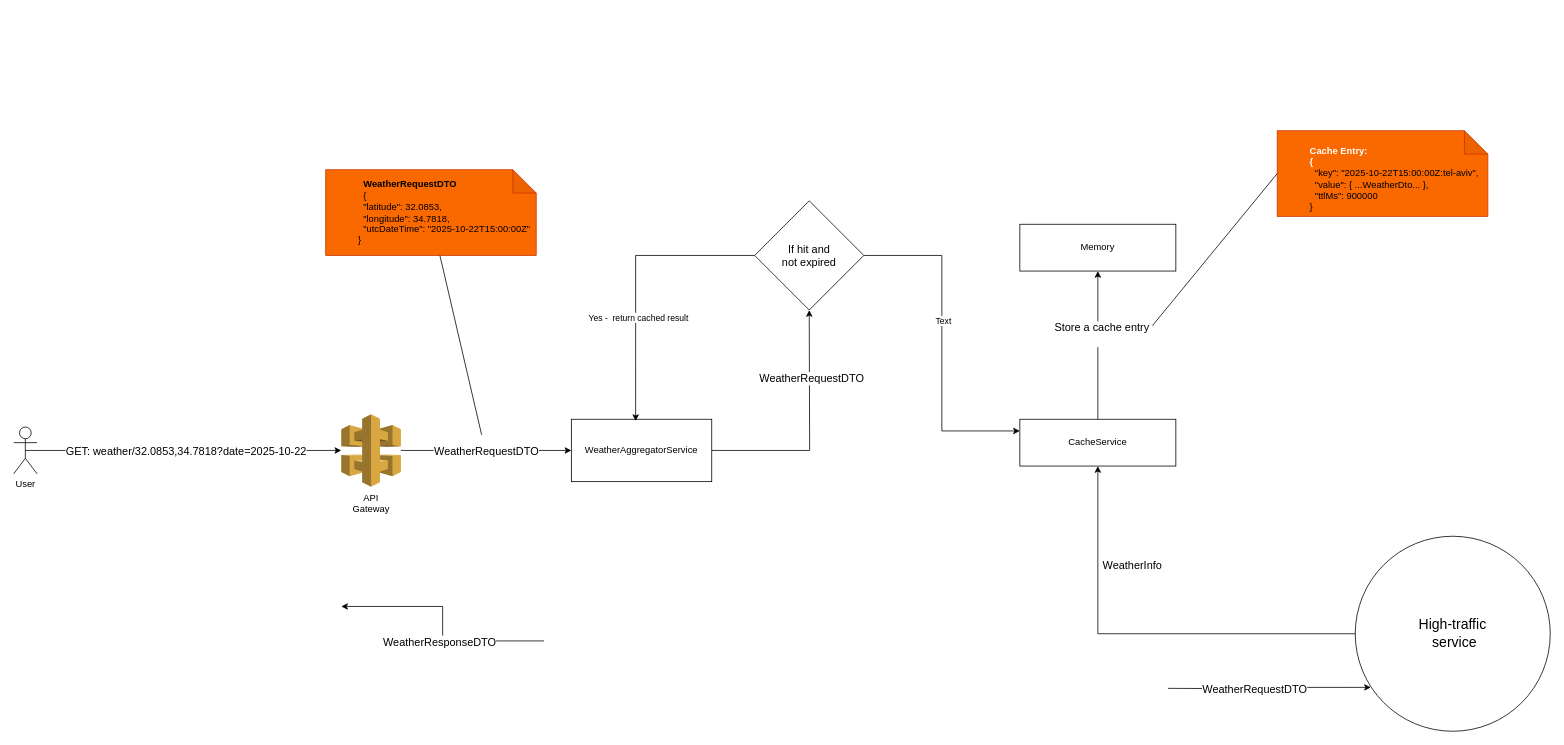
rotemo-iai/drawio keeps this draw.io diagram as Untitled Diagram.drawio. Above is the earlier version. Source tidied: cells renumbered, new cells numbered last; positions are measured from the earlier drawing's top-left corner, leaving out a move shared by most shapes. Both pictures are drawn from the tidied source at 78%, with x=0, y=0 at pixel (13, 130).
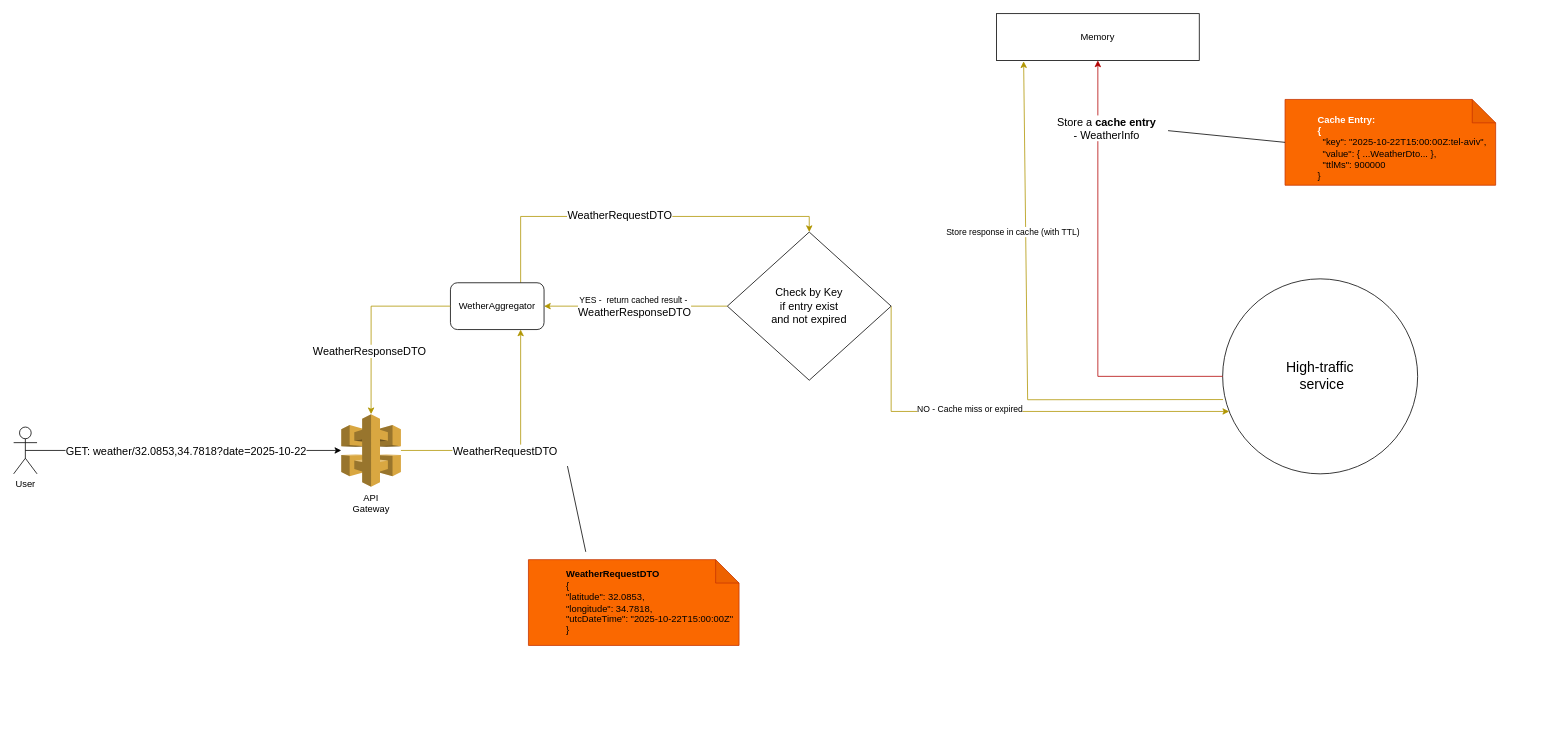
After the change.

Unchanged cells that the change refers to:
```xml
<mxCell id="18" value="&lt;span style=&quot;text-wrap-mode: wrap;&quot;&gt;API Gateway&lt;/span&gt;" style="outlineConnect=0;dashed=0;verticalLabelPosition=bottom;verticalAlign=top;align=center;html=1;shape=mxgraph.aws3.api_gateway;fillColor=#D9A741;gradientColor=none;" parent="1" vertex="1">
  <mxGeometry x="420" y="363.5" width="76.5" height="93" as="geometry" />
</mxCell>
```

Change to the diagram source:
```diff
@@
     <mxCell id="5" value="&lt;font style=&quot;font-size: 18px;&quot;&gt;High-traffic&lt;br&gt;&amp;nbsp;service&lt;/font&gt;" style="ellipse;whiteSpace=wrap;html=1;" parent="1" vertex="1">
-      <mxGeometry x="1720" y="520" width="250" height="250" as="geometry" />
+      <mxGeometry x="1550" y="190" width="250" height="250" as="geometry" />
     </mxCell>
-    <mxCell id="6" style="edgeStyle=orthogonalEdgeStyle;rounded=0;jettySize=auto;html=1;entryX=0.08;entryY=0.775;entryDx=0;entryDy=0;entryPerimeter=0;" parent="1" edge="1" target="5">
-      <mxGeometry relative="1" as="geometry">
-        <mxPoint x="1480" y="715" as="sourcePoint" />
-      </mxGeometry>
-    </mxCell>
-    <mxCell id="7" value="&lt;span style=&quot;font-size: 14px;&quot;&gt;WeatherRequestDTO&lt;/span&gt;" style="edgeLabel;html=1;align=center;verticalAlign=middle;" parent="6" vertex="1">
-      <mxGeometry x="-0.44" y="3" relative="1" as="geometry">
-        <mxPoint x="37" y="3" as="offset" />
-      </mxGeometry>
-    </mxCell>
-    <mxCell id="8" style="edgeStyle=orthogonalEdgeStyle;rounded=0;orthogonalLoop=1;jettySize=auto;html=1;exitX=0;exitY=0.419;exitDx=0;exitDy=0;exitPerimeter=0;" parent="1" edge="1">
-      <mxGeometry relative="1" as="geometry">
-        <mxPoint x="680" y="654.2" as="sourcePoint" />
-        <mxPoint x="420" y="610" as="targetPoint" />
-        <Array as="points">
-          <mxPoint x="550" y="654" />
-          <mxPoint x="550" y="610" />
-          <mxPoint x="420" y="610" />
-        </Array>
-      </mxGeometry>
-    </mxCell>
-    <mxCell id="9" value="&lt;font style=&quot;font-size: 14px;&quot;&gt;WeatherResponseDTO&lt;/font&gt;" style="edgeLabel;html=1;align=center;verticalAlign=middle;" parent="8" vertex="1">
-      <mxGeometry x="-0.44" y="1" relative="1" as="geometry">
-        <mxPoint x="-50" as="offset" />
-      </mxGeometry>
-    </mxCell>
-    <mxCell id="10" style="edgeStyle=orthogonalEdgeStyle;rounded=0;jettySize=auto;html=1;" parent="1" edge="1" source="5" target="14">
+    <mxCell id="10" style="edgeStyle=orthogonalEdgeStyle;rounded=0;jettySize=auto;html=1;fillColor=#e51400;strokeColor=#B20000;entryX=0.5;entryY=1;entryDx=0;entryDy=0;" parent="1" edge="1" source="5" target="15">
       <mxGeometry relative="1" as="geometry" />
     </mxCell>
-    <mxCell id="11" value="&lt;font style=&quot;font-size: 14px;&quot;&gt;WeatherInfo&lt;/font&gt;" style="edgeLabel;html=1;align=center;verticalAlign=middle;" parent="10" vertex="1">
+    <mxCell id="11" value="&lt;span style=&quot;font-size: 14px;&quot;&gt;Store a &lt;b&gt;cache entry &lt;/b&gt;&lt;br&gt;-&amp;nbsp;&lt;/span&gt;&lt;span style=&quot;font-size: 14px;&quot;&gt;WeatherInfo&lt;/span&gt;" style="edgeLabel;html=1;align=center;verticalAlign=middle;" parent="10" vertex="1">
       <mxGeometry x="0.55" y="-4" relative="1" as="geometry">
-        <mxPoint x="39" y="4" as="offset" />
+        <mxPoint x="6" y="-41" as="offset" />
       </mxGeometry>
     </mxCell>
-    <mxCell id="12" style="edgeStyle=orthogonalEdgeStyle;rounded=0;jettySize=auto;html=1;exitX=0.5;exitY=0;exitDx=0;exitDy=0;entryX=0.5;entryY=1;entryDx=0;entryDy=0;" parent="1" edge="1" source="14" target="15">
-      <mxGeometry relative="1" as="geometry" />
-    </mxCell>
-    <mxCell id="13" value="&lt;font style=&quot;font-size: 14px;&quot;&gt;Store a cache entry&lt;br&gt;&lt;br&gt;&lt;/font&gt;" style="edgeLabel;html=1;align=center;verticalAlign=middle;" parent="12" vertex="1">
-      <mxGeometry x="0.16" y="-4" relative="1" as="geometry" />
-    </mxCell>
-    <mxCell id="14" value="CacheService" style="rounded=0;whiteSpace=wrap;html=1;" parent="1" vertex="1">
-      <mxGeometry x="1290" y="370" width="200" height="60" as="geometry" />
-    </mxCell>
     <mxCell id="15" value="Memory" style="rounded=0;whiteSpace=wrap;html=1;" parent="1" vertex="1">
-      <mxGeometry x="1290" y="120" width="200" height="60" as="geometry" />
+      <mxGeometry x="1260" y="-150" width="260" height="60" as="geometry" />
     </mxCell>
-    <mxCell id="16" style="edgeStyle=orthogonalEdgeStyle;rounded=0;jettySize=auto;html=1;entryX=0;entryY=0.5;entryDx=0;entryDy=0;" parent="1" edge="1" source="18" target="23">
+    <mxCell id="16" style="edgeStyle=orthogonalEdgeStyle;rounded=0;jettySize=auto;html=1;fillColor=#e3c800;strokeColor=#B09500;entryX=0.75;entryY=1;entryDx=0;entryDy=0;" parent="1" edge="1" source="18" target="34">
       <mxGeometry relative="1" as="geometry" />
     </mxCell>
@@
     <mxCell id="19" value="&lt;blockquote style=&quot;margin: 0 0 0 40px; border: none; padding: 0px;&quot;&gt;&lt;div&gt;&amp;nbsp;&amp;nbsp;&lt;/div&gt;&lt;b style=&quot;text-align: center; text-wrap-mode: nowrap;&quot;&gt;&lt;font style=&quot;color: light-dark(rgb(255, 255, 255), rgb(255, 255, 255));&quot;&gt;Cache Entry:&lt;br&gt;{&lt;br&gt;&lt;/font&gt;&lt;/b&gt;&lt;div&gt;&amp;nbsp; &quot;key&quot;: &quot;2025-10-22T15:00:00Z:tel-aviv&quot;,&lt;/div&gt;&lt;div&gt;&amp;nbsp; &quot;value&quot;: { ...WeatherDto... },&lt;/div&gt;&lt;div&gt;&amp;nbsp; &quot;ttlMs&quot;: 900000&lt;br&gt;}&lt;/div&gt;&lt;/blockquote&gt;" style="shape=note;whiteSpace=wrap;html=1;backgroundOutline=1;darkOpacity=0.05;fillColor=#fa6800;strokeColor=#C73500;fontColor=#000000;align=left;" parent="1" vertex="1">
-      <mxGeometry x="1620" width="270" height="110" as="geometry" />
+      <mxGeometry x="1630" y="-40" width="270" height="110" as="geometry" />
     </mxCell>
     <mxCell id="20" style="endArrow=none;html=1;rounded=0;entryX=0;entryY=0.5;entryDx=0;entryDy=0;entryPerimeter=0;" parent="1" edge="1" target="19">
       <mxGeometry relative="1" as="geometry">
-        <mxPoint x="1460" y="250" as="sourcePoint" />
+        <mxPoint x="1480" as="sourcePoint" />
       </mxGeometry>
     </mxCell>
-    <mxCell id="21" style="edgeStyle=orthogonalEdgeStyle;rounded=0;jettySize=auto;html=1;" parent="1" edge="1" source="23">
-      <mxGeometry relative="1" as="geometry">
-        <mxPoint x="1020" y="230" as="targetPoint" />
-      </mxGeometry>
-    </mxCell>
-    <mxCell id="22" value="&lt;span style=&quot;font-size: 14px;&quot;&gt;WeatherRequestDTO&lt;br&gt;&lt;/span&gt;" style="edgeLabel;html=1;align=center;verticalAlign=middle;" parent="21" vertex="1">
-      <mxGeometry x="0.43" y="-2" relative="1" as="geometry" />
-    </mxCell>
-    <mxCell id="23" value="WeatherAggregatorService" style="whiteSpace=wrap;html=1;" parent="1" vertex="1">
-      <mxGeometry x="715" y="370" width="180" height="80" as="geometry" />
-    </mxCell>
-    <mxCell id="24" style="edgeStyle=orthogonalEdgeStyle;rounded=0;jettySize=auto;html=1;entryX=0;entryY=0.25;entryDx=0;entryDy=0;" parent="1" edge="1" source="26" target="14">
-      <mxGeometry relative="1" as="geometry" />
-    </mxCell>
-    <mxCell id="25" value="Text" style="edgeLabel;html=1;align=center;verticalAlign=middle;" parent="24" vertex="1">
-      <mxGeometry x="-0.14" y="1" relative="1" as="geometry" />
-    </mxCell>
+    <mxCell id="31" style="edgeStyle=orthogonalEdgeStyle;rounded=0;jettySize=auto;html=1;exitX=1;exitY=0.5;exitDx=0;exitDy=0;fillColor=#e3c800;strokeColor=#B09500;" parent="1" edge="1" source="26" target="5">
+      <mxGeometry relative="1" as="geometry">
+        <Array as="points">
+          <mxPoint x="1125" y="360" />
+        </Array>
+      </mxGeometry>
+    </mxCell>
+    <mxCell id="32" value="NO - Cache miss or expired" style="edgeLabel;html=1;align=center;verticalAlign=middle;" parent="31" vertex="1">
+      <mxGeometry x="-0.17" y="4" relative="1" as="geometry">
+        <mxPoint x="-1" as="offset" />
+      </mxGeometry>
+    </mxCell>
-    <mxCell id="26" value="&lt;font style=&quot;font-size: 14px;&quot;&gt;If hit and &lt;br&gt;not expired&lt;/font&gt;" style="rhombus;whiteSpace=wrap;html=1;" parent="1" vertex="1">
-      <mxGeometry x="950" y="90" width="140" height="140" as="geometry" />
+    <mxCell id="26" value="&lt;span style=&quot;font-size: 14px;&quot;&gt;Check by Key &lt;br&gt;if entry exist &lt;br&gt;and not expired&lt;/span&gt;" style="rhombus;whiteSpace=wrap;html=1;" parent="1" vertex="1">
+      <mxGeometry x="915" y="130" width="210" height="190" as="geometry" />
     </mxCell>
-    <mxCell id="27" style="edgeStyle=orthogonalEdgeStyle;rounded=0;jettySize=auto;html=1;exitX=0;exitY=0.5;exitDx=0;exitDy=0;entryX=0.458;entryY=0.028;entryDx=0;entryDy=0;entryPerimeter=0;" parent="1" edge="1" source="26" target="23">
+    <mxCell id="27" style="edgeStyle=orthogonalEdgeStyle;rounded=0;jettySize=auto;html=1;fillColor=#e3c800;strokeColor=#B09500;" parent="1" edge="1" source="26" target="34">
       <mxGeometry relative="1" as="geometry" />
     </mxCell>
-    <mxCell id="28" value="Yes -&amp;nbsp;&amp;nbsp;return cached result" style="edgeLabel;html=1;align=center;verticalAlign=middle;" parent="27" vertex="1">
-      <mxGeometry x="0.27" y="3" relative="1" as="geometry" />
+    <mxCell id="28" value="YES -&amp;nbsp;&amp;nbsp;return cached result -&amp;nbsp;&lt;br&gt;&lt;span style=&quot;font-size: 14px;&quot;&gt;WeatherResponseDTO&lt;/span&gt;" style="edgeLabel;html=1;align=center;verticalAlign=middle;" parent="27" vertex="1">
+      <mxGeometry x="0.27" y="3" relative="1" as="geometry">
+        <mxPoint x="29" y="-3" as="offset" />
+      </mxGeometry>
     </mxCell>
-    <mxCell id="29" value="&lt;blockquote style=&quot;margin: 0 0 0 40px; border: none; padding: 0px;&quot;&gt;&lt;div&gt;&lt;font&gt;&amp;nbsp;&amp;nbsp;&lt;b style=&quot;background-color: transparent; text-wrap-mode: nowrap; text-align: center;&quot;&gt;WeatherRequestDTO&lt;/b&gt;&lt;/font&gt;&lt;/div&gt;&lt;div&gt;&lt;font&gt;&amp;nbsp;&amp;nbsp;&lt;span style=&quot;background-color: transparent;&quot;&gt;{&lt;/span&gt;&lt;br&gt;&lt;/font&gt;&lt;/div&gt;&lt;div&gt;&lt;font&gt;&amp;nbsp; &quot;latitude&quot;: 32.0853,&lt;/font&gt;&lt;/div&gt;&lt;div&gt;&lt;font&gt;&amp;nbsp; &quot;longitude&quot;: 34.7818,&lt;/font&gt;&lt;/div&gt;&lt;div&gt;&lt;font&gt;&amp;nbsp; &quot;utcDateTime&quot;: &quot;2025-10-22T15:00:00Z&quot;&lt;/font&gt;&lt;/div&gt;&lt;div&gt;&lt;font&gt;}&lt;/font&gt;&lt;/div&gt;&lt;/blockquote&gt;" style="shape=note;whiteSpace=wrap;html=1;backgroundOutline=1;darkOpacity=0.05;fillColor=#fa6800;strokeColor=#C73500;fontColor=#000000;align=left;" parent="1" vertex="1">
-      <mxGeometry x="400" y="50" width="270" height="110" as="geometry" />
+    <mxCell id="29" value="&lt;blockquote style=&quot;margin: 0 0 0 40px; border: none; padding: 0px;&quot;&gt;&lt;div&gt;&lt;font&gt;&amp;nbsp;&amp;nbsp;&lt;b style=&quot;background-color: transparent; text-wrap-mode: nowrap; text-align: center;&quot;&gt;WeatherRequestDTO&lt;/b&gt;&lt;/font&gt;&lt;/div&gt;&lt;div&gt;&lt;font&gt;&amp;nbsp;&amp;nbsp;&lt;span style=&quot;background-color: transparent;&quot;&gt;{&lt;/span&gt;&lt;br&gt;&lt;/font&gt;&lt;/div&gt;&lt;div&gt;&lt;font&gt;&amp;nbsp; &quot;latitude&quot;: 32.0853,&lt;/font&gt;&lt;/div&gt;&lt;div&gt;&lt;font&gt;&amp;nbsp; &quot;longitude&quot;: 34.7818,&lt;/font&gt;&lt;/div&gt;&lt;div&gt;&lt;font&gt;&amp;nbsp; &quot;utcDateTime&quot;: &quot;2025-10-22T15:00:00Z&quot;&lt;/font&gt;&lt;/div&gt;&lt;div&gt;&lt;font&gt;&amp;nbsp; }&lt;/font&gt;&lt;/div&gt;&lt;/blockquote&gt;" style="shape=note;whiteSpace=wrap;html=1;backgroundOutline=1;darkOpacity=0.05;fillColor=#fa6800;strokeColor=#C73500;fontColor=#000000;align=left;" parent="1" vertex="1">
+      <mxGeometry x="660" y="550" width="270" height="110" as="geometry" />
     </mxCell>
     <mxCell id="30" style="endArrow=none;html=1;rounded=0;" parent="1" edge="1">
       <mxGeometry relative="1" as="geometry">
-        <mxPoint x="600" y="390" as="sourcePoint" />
-        <mxPoint x="546.5" y="160" as="targetPoint" />
+        <mxPoint x="733.5" y="540" as="sourcePoint" />
+        <mxPoint x="710" y="430" as="targetPoint" />
       </mxGeometry>
     </mxCell>
+    <mxCell id="33" style="edgeStyle=orthogonalEdgeStyle;rounded=0;jettySize=auto;html=1;exitX=0.75;exitY=0;exitDx=0;exitDy=0;entryX=0.5;entryY=0;entryDx=0;entryDy=0;fillColor=#e3c800;strokeColor=#B09500;" parent="1" edge="1" source="34" target="26">
+      <mxGeometry relative="1" as="geometry">
+        <Array as="points">
+          <mxPoint x="650" y="110" />
+          <mxPoint x="1020" y="110" />
+        </Array>
+      </mxGeometry>
+    </mxCell>
+    <mxCell id="7" value="&lt;span style=&quot;font-size: 14px;&quot;&gt;WeatherRequestDTO&lt;/span&gt;" style="edgeLabel;html=1;align=center;verticalAlign=middle;" parent="33" vertex="1">
+      <mxGeometry x="-0.11" y="2" relative="1" as="geometry" />
+    </mxCell>
+    <mxCell id="34" value="WetherAggregator" style="rounded=1;whiteSpace=wrap;html=1;" parent="1" vertex="1">
+      <mxGeometry x="560" y="195" width="120" height="60" as="geometry" />
+    </mxCell>
+    <mxCell id="35" style="edgeStyle=orthogonalEdgeStyle;rounded=0;jettySize=auto;html=1;entryX=0.5;entryY=0;entryDx=0;entryDy=0;entryPerimeter=0;fillColor=#e3c800;strokeColor=#B09500;" parent="1" edge="1" source="34" target="18">
+      <mxGeometry relative="1" as="geometry" />
+    </mxCell>
+    <mxCell id="9" value="&lt;span style=&quot;font-size: 14px;&quot;&gt;WeatherResponseDTO&lt;/span&gt;" style="edgeLabel;html=1;align=center;verticalAlign=middle;" parent="35" vertex="1">
+      <mxGeometry x="0.32" y="-3" relative="1" as="geometry" />
+    </mxCell>
+    <mxCell id="36" style="endArrow=classic;html=1;rounded=0;exitX=0.002;exitY=0.619;exitDx=0;exitDy=0;entryX=0.134;entryY=1.018;entryDx=0;entryDy=0;entryPerimeter=0;fillColor=#e3c800;strokeColor=#B09500;exitPerimeter=0;" parent="1" edge="1" source="5" target="15">
+      <mxGeometry relative="1" as="geometry">
+        <Array as="points">
+          <mxPoint x="1300" y="345" />
+        </Array>
+      </mxGeometry>
+    </mxCell>
+    <mxCell id="37" value="Store response in cache (with TTL)" style="edgeLabel;html=1;align=center;verticalAlign=middle;" parent="36" vertex="1">
+      <mxGeometry x="-0.41" y="-2" relative="1" as="geometry">
+        <mxPoint x="-68" y="-213" as="offset" />
+      </mxGeometry>
+    </mxCell>
```
